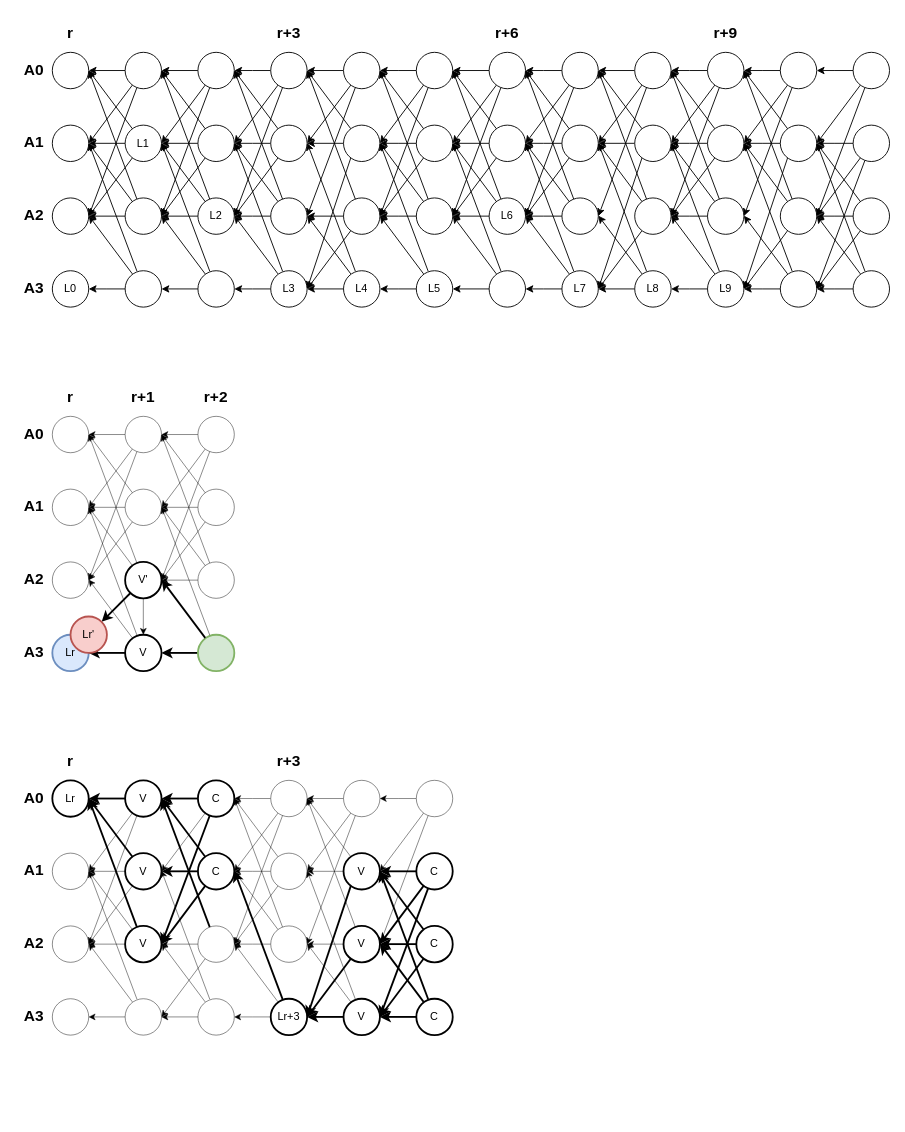
asonnino/various-diagrams keeps this draw.io diagram as mysticeti.drawio. Above is the earlier version. Source tidied: cells renumbered, new cells numbered last; positions are measured from the earlier drawing's top-left corner, leaving out a move shared by most shapes. Both pictures are drawn from the tidied source at 91%, with x=0, y=0 at pixel (15, 15).
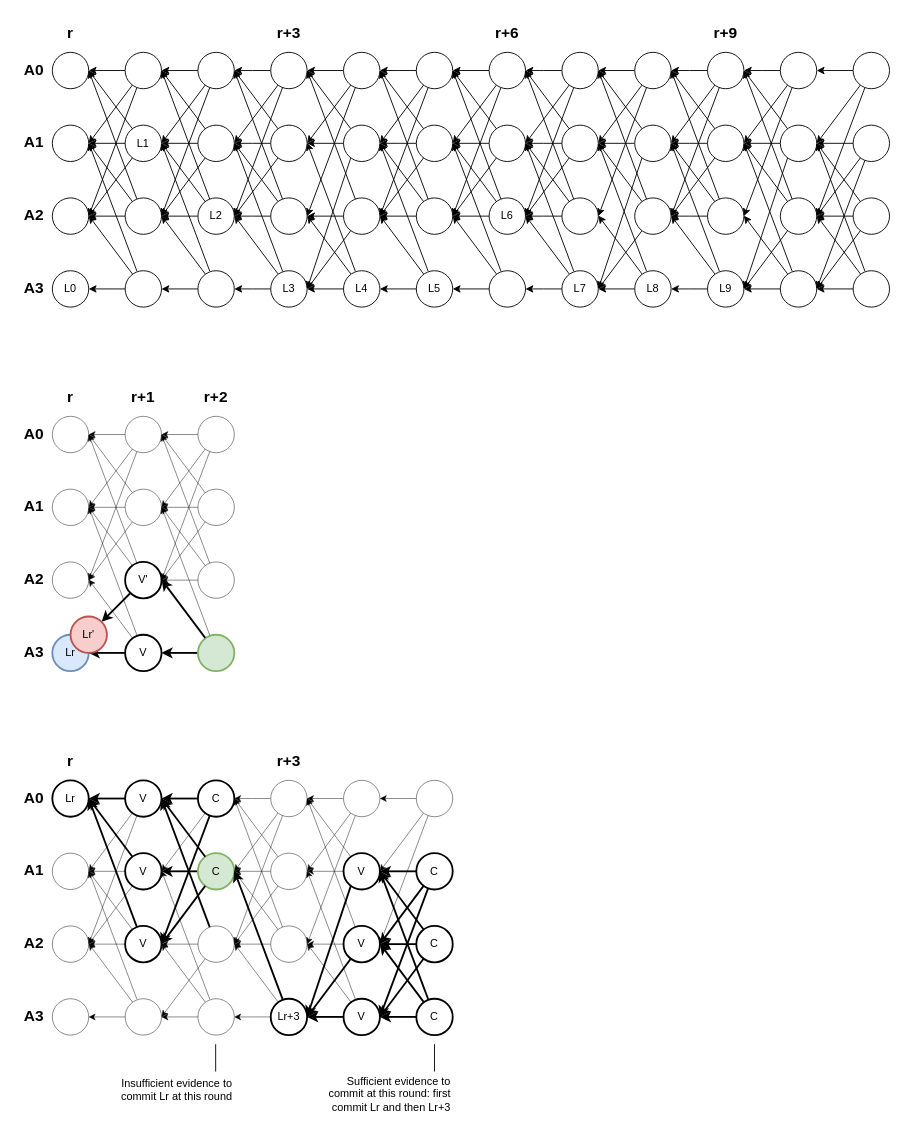
Above is the later version.

Unchanged cells that the change refers to:
```xml
<mxCell id="201" value="V'" style="ellipse;whiteSpace=wrap;html=1;strokeWidth=2;" parent="1" vertex="1">
  <mxGeometry x="120" y="600" width="40" height="40" as="geometry" />
</mxCell>
<mxCell id="203" value="V" style="ellipse;whiteSpace=wrap;html=1;strokeWidth=2;" parent="1" vertex="1">
  <mxGeometry x="120" y="680" width="40" height="40" as="geometry" />
</mxCell>
```

The edit, as a diff of the source:
```diff
@@
-    <mxCell id="200" style="edgeStyle=orthogonalEdgeStyle;rounded=0;jettySize=auto;html=1;strokeWidth=0.5;" parent="1" edge="1" source="201" target="203">
-      <mxGeometry relative="1" as="geometry" />
-    </mxCell>
@@
-    <mxCell id="265" value="C" style="ellipse;whiteSpace=wrap;html=1;strokeWidth=2;" parent="1" vertex="1">
+    <mxCell id="265" value="C" style="ellipse;whiteSpace=wrap;html=1;strokeWidth=2;fillColor=#d5e8d4;strokeColor=#82b366;" parent="1" vertex="1">
       <mxGeometry x="200" y="920" width="40" height="40" as="geometry" />
     </mxCell>
@@
+    <mxCell id="325" value="Insufficient evidence to commit Lr at this round" style="text;html=1;strokeColor=none;fillColor=none;align=right;verticalAlign=middle;whiteSpace=wrap;rounded=0;" parent="1" vertex="1">
+      <mxGeometry x="100" y="1160" width="140" height="40" as="geometry" />
+    </mxCell>
+    <mxCell id="326" value="Sufficient evidence to commit at this round: first commit Lr and then Lr+3" style="text;html=1;strokeColor=none;fillColor=none;align=right;verticalAlign=middle;whiteSpace=wrap;rounded=0;" parent="1" vertex="1">
+      <mxGeometry x="330" y="1160" width="150" height="50" as="geometry" />
+    </mxCell>
+    <mxCell id="327" style="endArrow=none;html=1;rounded=0;" parent="1" edge="1">
+      <mxGeometry relative="1" as="geometry">
+        <mxPoint x="460" y="1160" as="sourcePoint" />
+        <mxPoint x="460" y="1130" as="targetPoint" />
+      </mxGeometry>
+    </mxCell>
+    <mxCell id="328" style="endArrow=none;html=1;rounded=0;" parent="1" edge="1">
+      <mxGeometry relative="1" as="geometry">
+        <mxPoint x="219.5" y="1160" as="sourcePoint" />
+        <mxPoint x="219.5" y="1130" as="targetPoint" />
+      </mxGeometry>
+    </mxCell>
```
